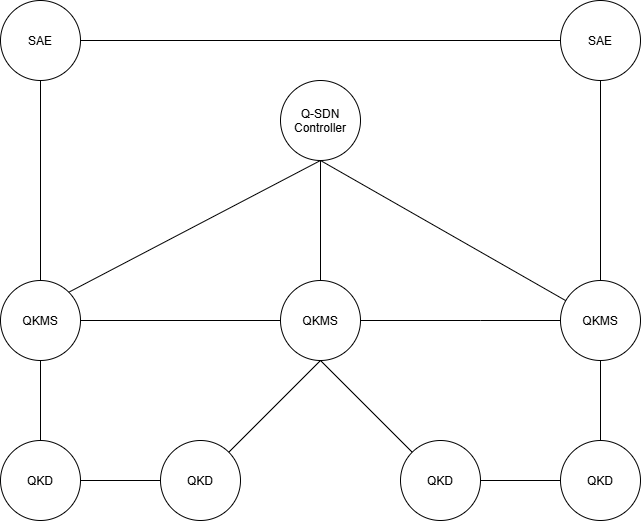
Above: topology.png in 21HoKim/QKMS-test (draw.io), before the change. Source tidied: cells renumbered, new cells last; positions are measured from the earlier drawing's top-left corner, leaving out a move shared by most shapes. The source it was exported from:
```xml
<mxGraphModel>
  <root>
    <mxCell id="0" />
    <mxCell id="1" parent="0" />
    <mxCell id="2" value="Q-SDN Controller" style="ellipse;whiteSpace=wrap;html=1;shapeInside=1;" parent="1" vertex="1">
      <mxGeometry x="280" y="80" width="80" height="80" as="geometry" />
    </mxCell>
    <mxCell id="3" style="edgeStyle=orthogonalEdgeStyle;rounded=0;jettySize=auto;html=1;endArrow=none;endFill=0;" parent="1" edge="1" source="4" target="10">
      <mxGeometry relative="1" as="geometry" />
    </mxCell>
    <mxCell id="4" value="QKD" style="ellipse;whiteSpace=wrap;html=1;shapeInside=1;" parent="1" vertex="1">
      <mxGeometry x="160" y="440" width="80" height="80" as="geometry" />
    </mxCell>
    <mxCell id="5" style="edgeStyle=orthogonalEdgeStyle;rounded=0;jettySize=auto;html=1;startArrow=none;startFill=0;endArrow=none;endFill=0;" parent="1" edge="1" source="6" target="8">
      <mxGeometry relative="1" as="geometry" />
    </mxCell>
    <mxCell id="6" value="QKMS" style="ellipse;whiteSpace=wrap;html=1;shapeInside=1;" parent="1" vertex="1">
      <mxGeometry y="280" width="80" height="80" as="geometry" />
    </mxCell>
    <mxCell id="7" style="edgeStyle=orthogonalEdgeStyle;rounded=0;jettySize=auto;html=1;exitX=1;exitY=0.5;exitDx=0;exitDy=0;endArrow=none;endFill=0;" parent="1" edge="1" source="8">
      <mxGeometry relative="1" as="geometry">
        <mxPoint x="480" y="320" as="targetPoint" />
      </mxGeometry>
    </mxCell>
    <mxCell id="8" value="QKMS" style="ellipse;whiteSpace=wrap;html=1;shapeInside=1;" parent="1" vertex="1">
      <mxGeometry x="280" y="280" width="80" height="80" as="geometry" />
    </mxCell>
    <mxCell id="9" style="edgeStyle=orthogonalEdgeStyle;rounded=0;jettySize=auto;html=1;endArrow=none;endFill=0;" parent="1" edge="1" source="10" target="6">
      <mxGeometry relative="1" as="geometry" />
    </mxCell>
    <mxCell id="10" value="QKD" style="ellipse;whiteSpace=wrap;html=1;shapeInside=1;" parent="1" vertex="1">
      <mxGeometry y="440" width="80" height="80" as="geometry" />
    </mxCell>
    <mxCell id="11" value="QKD" style="ellipse;whiteSpace=wrap;html=1;shapeInside=1;" parent="1" vertex="1">
      <mxGeometry x="560" y="440" width="80" height="80" as="geometry" />
    </mxCell>
    <mxCell id="12" style="edgeStyle=orthogonalEdgeStyle;rounded=0;jettySize=auto;html=1;exitX=1;exitY=0.5;exitDx=0;exitDy=0;entryX=0;entryY=0.5;entryDx=0;entryDy=0;endArrow=none;endFill=0;" parent="1" edge="1" target="14">
      <mxGeometry relative="1" as="geometry">
        <mxPoint x="480" y="320" as="sourcePoint" />
      </mxGeometry>
    </mxCell>
    <mxCell id="13" style="edgeStyle=orthogonalEdgeStyle;rounded=0;jettySize=auto;html=1;exitX=0.5;exitY=1;exitDx=0;exitDy=0;entryX=0.5;entryY=0;entryDx=0;entryDy=0;endArrow=none;endFill=0;" parent="1" edge="1" source="14" target="11">
      <mxGeometry relative="1" as="geometry" />
    </mxCell>
    <mxCell id="14" value="QKMS" style="ellipse;whiteSpace=wrap;html=1;shapeInside=1;" parent="1" vertex="1">
      <mxGeometry x="560" y="280" width="80" height="80" as="geometry" />
    </mxCell>
    <mxCell id="15" style="edgeStyle=orthogonalEdgeStyle;rounded=0;jettySize=auto;html=1;exitX=1;exitY=0.5;exitDx=0;exitDy=0;entryX=0;entryY=0.5;entryDx=0;entryDy=0;endArrow=none;endFill=0;" parent="1" edge="1" source="16" target="11">
      <mxGeometry relative="1" as="geometry" />
    </mxCell>
    <mxCell id="16" value="QKD" style="ellipse;whiteSpace=wrap;html=1;shapeInside=1;" parent="1" vertex="1">
      <mxGeometry x="400" y="440" width="80" height="80" as="geometry" />
    </mxCell>
    <mxCell id="17" style="endArrow=none;html=1;rounded=0;exitX=0.5;exitY=0;exitDx=0;exitDy=0;entryX=0.5;entryY=1;entryDx=0;entryDy=0;" parent="1" edge="1" source="8" target="2">
      <mxGeometry relative="1" as="geometry" />
    </mxCell>
    <mxCell id="18" style="endArrow=none;html=1;rounded=0;entryX=0.5;entryY=1;entryDx=0;entryDy=0;exitX=1;exitY=0;exitDx=0;exitDy=0;" parent="1" edge="1" source="6" target="2">
      <mxGeometry relative="1" as="geometry" />
    </mxCell>
    <mxCell id="19" style="endArrow=none;html=1;rounded=0;exitX=0.5;exitY=1;exitDx=0;exitDy=0;" parent="1" edge="1" source="2" target="14">
      <mxGeometry relative="1" as="geometry" />
    </mxCell>
    <mxCell id="20" style="edgeStyle=orthogonalEdgeStyle;rounded=0;jettySize=auto;html=1;exitX=0.5;exitY=1;exitDx=0;exitDy=0;entryX=0.5;entryY=0;entryDx=0;entryDy=0;endArrow=none;endFill=0;" parent="1" edge="1" source="22" target="6">
      <mxGeometry relative="1" as="geometry" />
    </mxCell>
    <mxCell id="21" style="edgeStyle=orthogonalEdgeStyle;rounded=0;jettySize=auto;html=1;exitX=1;exitY=0.5;exitDx=0;exitDy=0;entryX=0;entryY=0.5;entryDx=0;entryDy=0;endArrow=none;endFill=0;" parent="1" edge="1" source="22" target="24">
      <mxGeometry relative="1" as="geometry" />
    </mxCell>
    <mxCell id="22" value="SAE" style="ellipse;whiteSpace=wrap;html=1;shapeInside=1;" parent="1" vertex="1">
      <mxGeometry width="80" height="80" as="geometry" />
    </mxCell>
    <mxCell id="23" style="edgeStyle=orthogonalEdgeStyle;rounded=0;jettySize=auto;html=1;exitX=0.5;exitY=1;exitDx=0;exitDy=0;entryX=0.5;entryY=0;entryDx=0;entryDy=0;endArrow=none;endFill=0;" parent="1" edge="1" source="24" target="14">
      <mxGeometry relative="1" as="geometry" />
    </mxCell>
    <mxCell id="24" value="SAE" style="ellipse;whiteSpace=wrap;html=1;shapeInside=1;" parent="1" vertex="1">
      <mxGeometry x="560" width="80" height="80" as="geometry" />
    </mxCell>
    <mxCell id="25" style="endArrow=none;html=1;rounded=0;entryX=0.5;entryY=1;entryDx=0;entryDy=0;exitX=1;exitY=0;exitDx=0;exitDy=0;" parent="1" edge="1" source="4" target="8">
      <mxGeometry relative="1" as="geometry" />
    </mxCell>
    <mxCell id="26" style="endArrow=none;html=1;rounded=0;exitX=0.5;exitY=1;exitDx=0;exitDy=0;entryX=0;entryY=0;entryDx=0;entryDy=0;" parent="1" edge="1" source="8" target="16">
      <mxGeometry relative="1" as="geometry" />
    </mxCell>
  </root>
</mxGraphModel>
```
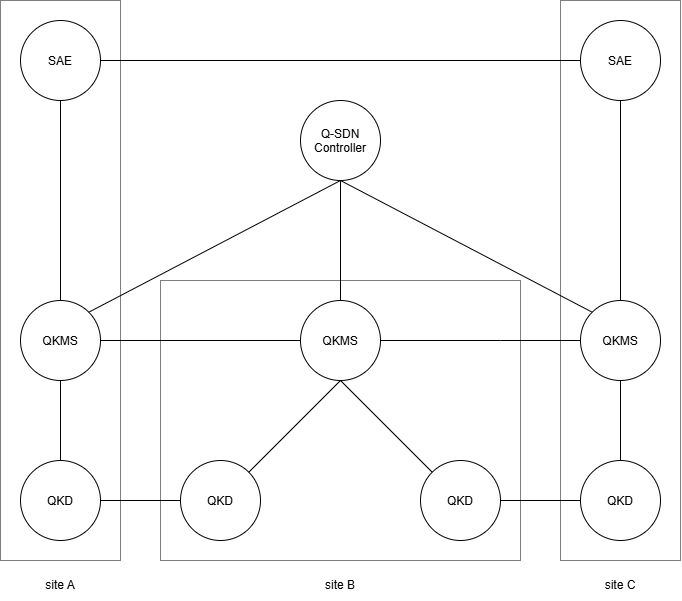
Above is the later version.

Change to the diagram source:
```diff
@@ -57,7 +57,7 @@
     <mxCell id="18" style="endArrow=none;html=1;rounded=0;entryX=0.5;entryY=1;entryDx=0;entryDy=0;exitX=1;exitY=0;exitDx=0;exitDy=0;" parent="1" edge="1" source="6" target="2">
       <mxGeometry relative="1" as="geometry" />
     </mxCell>
-    <mxCell id="19" style="endArrow=none;html=1;rounded=0;exitX=0.5;exitY=1;exitDx=0;exitDy=0;" parent="1" edge="1" source="2" target="14">
+    <mxCell id="19" style="endArrow=none;html=1;rounded=0;exitX=0.5;exitY=1;exitDx=0;exitDy=0;entryX=0;entryY=0;entryDx=0;entryDy=0;" parent="1" edge="1" source="2" target="14">
       <mxGeometry relative="1" as="geometry" />
     </mxCell>
     <mxCell id="20" style="edgeStyle=orthogonalEdgeStyle;rounded=0;jettySize=auto;html=1;exitX=0.5;exitY=1;exitDx=0;exitDy=0;entryX=0.5;entryY=0;entryDx=0;entryDy=0;endArrow=none;endFill=0;" parent="1" edge="1" source="22" target="6">
@@ -81,5 +81,23 @@
     <mxCell id="26" style="endArrow=none;html=1;rounded=0;exitX=0.5;exitY=1;exitDx=0;exitDy=0;entryX=0;entryY=0;entryDx=0;entryDy=0;" parent="1" edge="1" source="8" target="16">
       <mxGeometry relative="1" as="geometry" />
     </mxCell>
+    <mxCell id="27" style="rounded=0;whiteSpace=wrap;html=1;fillColor=none;opacity=50;" parent="1" vertex="1">
+      <mxGeometry x="-20" y="-20" width="120" height="560" as="geometry" />
+    </mxCell>
+    <mxCell id="28" style="rounded=0;whiteSpace=wrap;html=1;fillColor=none;fontColor=#333333;strokeColor=#000000;opacity=50;" parent="1" vertex="1">
+      <mxGeometry x="140" y="260" width="360" height="280" as="geometry" />
+    </mxCell>
+    <mxCell id="29" style="rounded=0;whiteSpace=wrap;html=1;fillColor=none;opacity=50;" parent="1" vertex="1">
+      <mxGeometry x="540" y="-20" width="120" height="560" as="geometry" />
+    </mxCell>
+    <mxCell id="30" value="site A" style="text;html=1;whiteSpace=wrap;strokeColor=none;fillColor=none;align=center;verticalAlign=middle;rounded=0;" parent="1" vertex="1">
+      <mxGeometry x="10" y="550" width="60" height="30" as="geometry" />
+    </mxCell>
+    <mxCell id="31" value="site B" style="text;html=1;whiteSpace=wrap;strokeColor=none;fillColor=none;align=center;verticalAlign=middle;rounded=0;" parent="1" vertex="1">
+      <mxGeometry x="290" y="550" width="60" height="30" as="geometry" />
+    </mxCell>
+    <mxCell id="32" value="site C" style="text;html=1;whiteSpace=wrap;strokeColor=none;fillColor=none;align=center;verticalAlign=middle;rounded=0;" parent="1" vertex="1">
+      <mxGeometry x="570" y="550" width="60" height="30" as="geometry" />
+    </mxCell>
   </root>
 </mxGraphModel>
```
